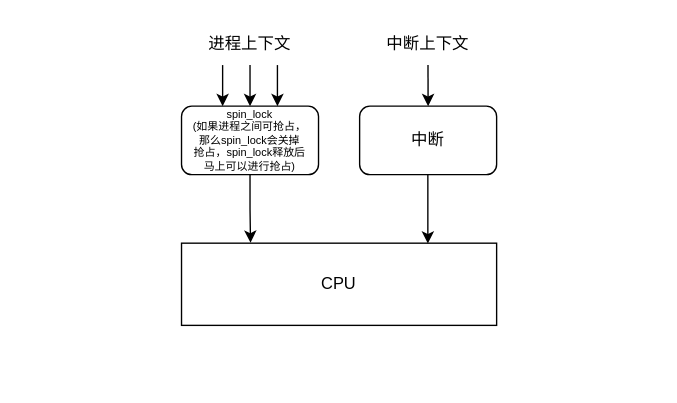
Earlier version of the draw.io diagram spin_lock作用域.drawio (denglin12315/drawio_repo). Source tidied: cells renumbered, new cells numbered last; positions are measured from the earlier drawing's top-left corner, leaving out a move shared by most shapes. Both pictures are drawn from the tidied source at 137%, with x=0, y=0 at pixel (181, 23).
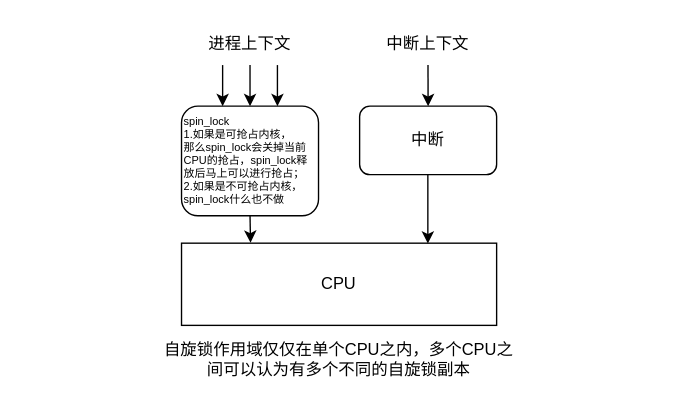
Above is the later version.

Commit message (it also covers changes not shown here):
更新spin_lock作用域.drawio

The edit, as a diff of the source:
```diff
@@
 <mxGraphModel>
   <root>
     <mxCell id="0" />
     <mxCell id="1" parent="0" />
     <mxCell id="2" value="CPU" style="rounded=0;whiteSpace=wrap;html=1;" parent="1" vertex="1">
       <mxGeometry y="160" width="230" height="60" as="geometry" />
     </mxCell>
-    <mxCell id="3" value="spin_lock&lt;div style=&quot;font-size: 8px;&quot;&gt;(如果进程之间可抢占，&lt;/div&gt;&lt;div style=&quot;font-size: 8px;&quot;&gt;那么spin_lock会关掉&lt;/div&gt;&lt;div style=&quot;font-size: 8px;&quot;&gt;抢占，spin_lock释放后&lt;/div&gt;&lt;div style=&quot;font-size: 8px;&quot;&gt;马上可以进行抢占)&lt;/div&gt;" style="rounded=1;whiteSpace=wrap;html=1;fontSize=8;" parent="1" vertex="1">
-      <mxGeometry y="60" width="100" height="50" as="geometry" />
+    <mxCell id="3" value="&lt;font style=&quot;font-size: 8px;&quot;&gt;spin_lock&lt;/font&gt;&lt;div style=&quot;&quot;&gt;1.如果是可抢占内核，&lt;/div&gt;&lt;div style=&quot;font-size: 8px;&quot;&gt;那么spin_lock会关掉当前CPU的&lt;span style=&quot;background-color: initial;&quot;&gt;抢占，spin_lock释放后&lt;/span&gt;&lt;span style=&quot;background-color: initial;&quot;&gt;马上可以进行抢占；&lt;/span&gt;&lt;/div&gt;&lt;div style=&quot;font-size: 8px;&quot;&gt;2.如果是不可抢占内核，&lt;/div&gt;&lt;div style=&quot;font-size: 8px;&quot;&gt;spin_lock什么也不做&lt;/div&gt;" style="rounded=1;whiteSpace=wrap;html=1;fontSize=8;align=left;" parent="1" vertex="1">
+      <mxGeometry y="60" width="100" height="80" as="geometry" />
     </mxCell>
     <mxCell id="4" style="endArrow=classic;html=1;rounded=0;entryX=0.5;entryY=0;entryDx=0;entryDy=0;" parent="1" edge="1" target="3">
       <mxGeometry relative="1" as="geometry">
         <mxPoint x="50" y="30" as="sourcePoint" />
       </mxGeometry>
     </mxCell>
     <mxCell id="5" style="edgeStyle=orthogonalEdgeStyle;rounded=0;jettySize=auto;html=1;exitX=0.5;exitY=1;exitDx=0;exitDy=0;entryX=0.219;entryY=-0.005;entryDx=0;entryDy=0;entryPerimeter=0;" parent="1" edge="1" source="3" target="2">
       <mxGeometry relative="1" as="geometry" />
     </mxCell>
     <mxCell id="6" value="中断" style="rounded=1;whiteSpace=wrap;html=1;" parent="1" vertex="1">
       <mxGeometry x="130" y="60" width="100" height="50" as="geometry" />
     </mxCell>
     <mxCell id="7" style="edgeStyle=orthogonalEdgeStyle;rounded=0;orthogonalLoop=1;jettySize=auto;html=1;exitX=0.5;exitY=1;exitDx=0;exitDy=0;entryX=0.219;entryY=-0.005;entryDx=0;entryDy=0;entryPerimeter=0;" parent="1" edge="1">
       <mxGeometry relative="1" as="geometry">
         <mxPoint x="179.8" y="110.3" as="sourcePoint" />
         <mxPoint x="179.8" y="160.3" as="targetPoint" />
       </mxGeometry>
     </mxCell>
     <mxCell id="8" style="endArrow=classic;html=1;rounded=0;" parent="1" edge="1">
       <mxGeometry relative="1" as="geometry">
         <mxPoint x="179.9" y="30" as="sourcePoint" />
         <mxPoint x="180" y="60" as="targetPoint" />
       </mxGeometry>
     </mxCell>
     <mxCell id="9" value="中断上下文" style="text;html=1;align=center;verticalAlign=middle;whiteSpace=wrap;rounded=0;" parent="1" vertex="1">
       <mxGeometry x="140" width="80" height="30" as="geometry" />
     </mxCell>
     <mxCell id="10" value="进程上下文" style="text;html=1;align=center;verticalAlign=middle;whiteSpace=wrap;rounded=0;" parent="1" vertex="1">
       <mxGeometry x="10" width="80" height="30" as="geometry" />
     </mxCell>
     <mxCell id="11" style="endArrow=classic;html=1;rounded=0;" parent="1" edge="1">
       <mxGeometry relative="1" as="geometry">
         <mxPoint x="70" y="30" as="sourcePoint" />
         <mxPoint x="70" y="60" as="targetPoint" />
       </mxGeometry>
     </mxCell>
     <mxCell id="12" style="endArrow=classic;html=1;rounded=0;" parent="1" edge="1">
       <mxGeometry relative="1" as="geometry">
         <mxPoint x="30" y="30" as="sourcePoint" />
         <mxPoint x="30" y="60" as="targetPoint" />
       </mxGeometry>
     </mxCell>
+    <mxCell id="13" value="自旋锁作用域仅仅在单个CPU之内，多个CPU之&lt;div&gt;间可以认为有多个不同的自旋锁副本&lt;/div&gt;" style="text;html=1;align=center;verticalAlign=middle;whiteSpace=wrap;rounded=0;" parent="1" vertex="1">
+      <mxGeometry x="-115" y="230" width="460" height="30" as="geometry" />
+    </mxCell>
   </root>
 </mxGraphModel>
```
